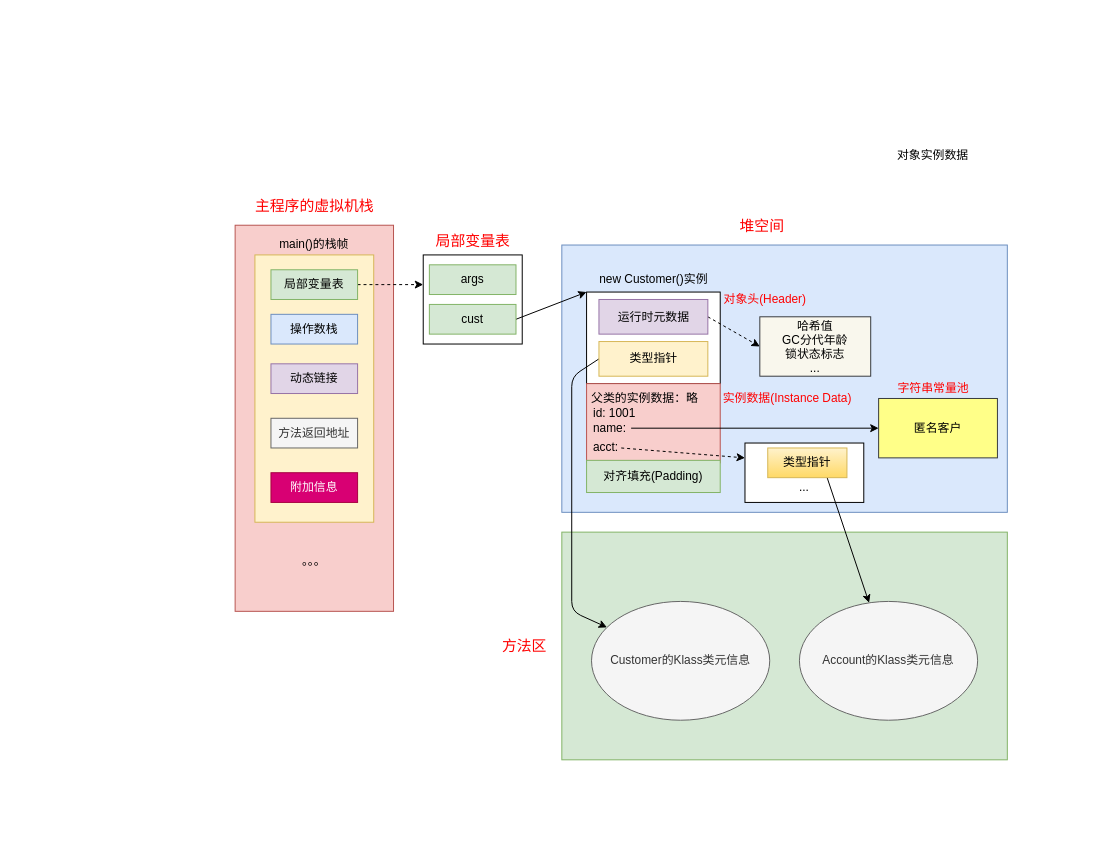
The draw.io diagram source/_posts/编程语言/Java/Java语言/JVM/图示/2 Java内存区域/对象的内存布局.drawio in CoachHe/coachhe.github.io, before the edit. Source tidied: cells renumbered, new cells numbered last; positions are measured from the earlier drawing's top-left corner, leaving out a move shared by most shapes. Both pictures are drawn from the tidied source at 99%, with x=0, y=0 at pixel (17, 17).
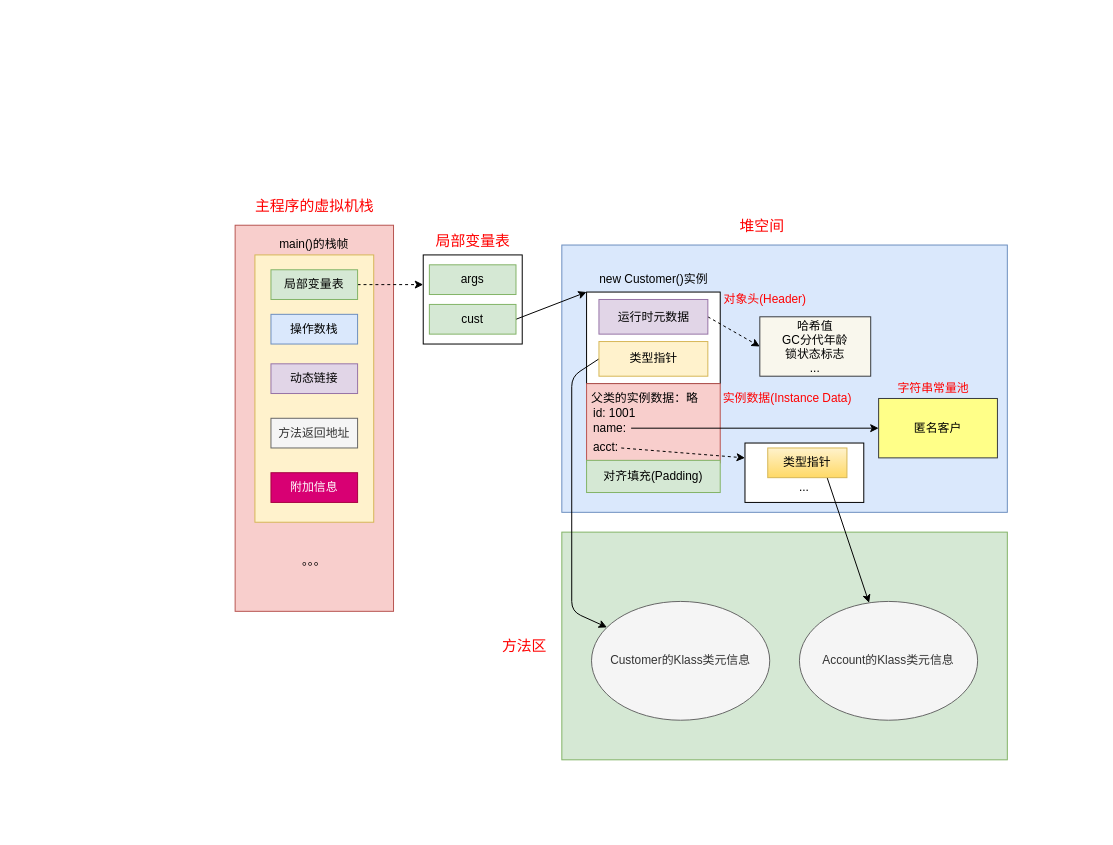
After the change.

The edit, as a diff of the source:
```diff
@@
-    <mxCell id="4" value="对象实例数据&lt;br&gt;" style="text;html=1;strokeColor=none;fillColor=none;align=center;verticalAlign=middle;whiteSpace=wrap;rounded=0;" parent="1" vertex="1">
-      <mxGeometry x="880" y="130" width="90" height="20" as="geometry" />
-    </mxCell>
```
